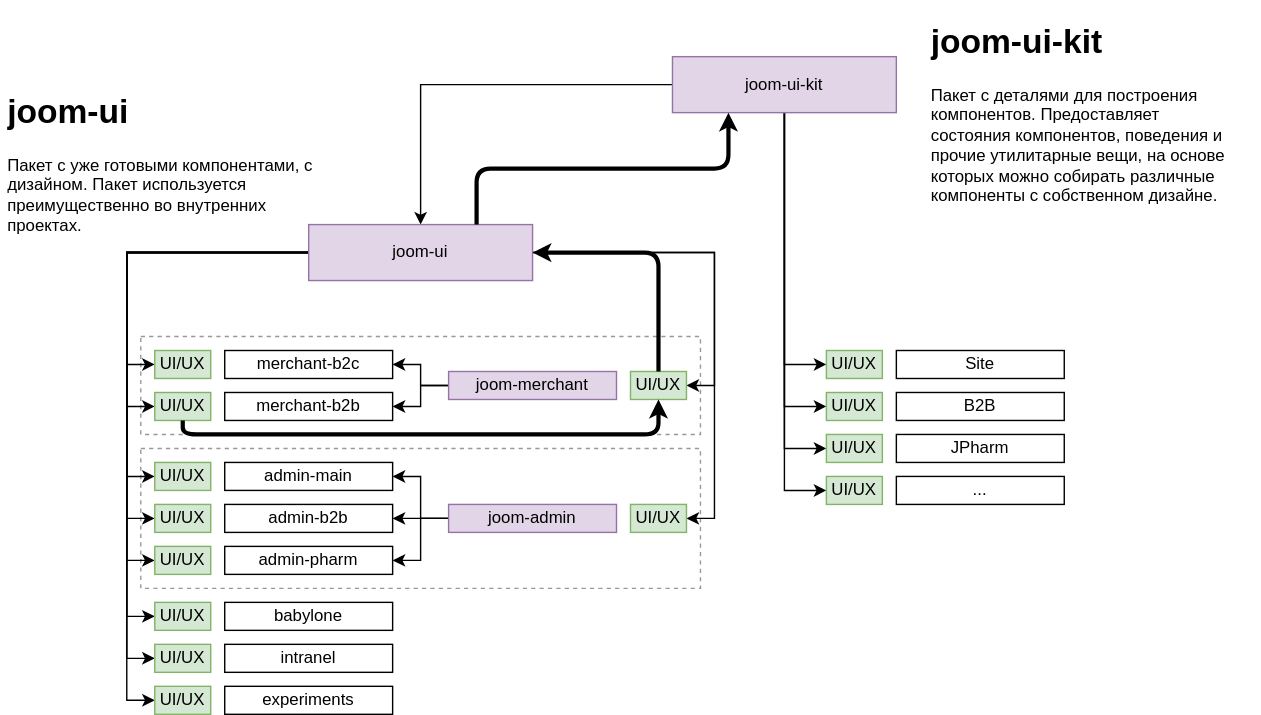
Before: design-system-2.svg, a diagram exported from draw.io (ajile/draw-io). Source tidied: cells renumbered, new cells last; positions are measured from the earlier drawing's top-left corner, leaving out a move shared by most shapes. Source of this version:
```xml
<mxGraphModel>
  <root>
    <mxCell id="0" />
    <mxCell id="1" parent="0" />
    <mxCell id="2" style="rounded=0;whiteSpace=wrap;html=1;dashed=1;strokeColor=#999999;" parent="1" vertex="1">
      <mxGeometry x="100" y="310" width="400" height="100" as="geometry" />
    </mxCell>
    <mxCell id="3" style="rounded=0;whiteSpace=wrap;html=1;dashed=1;strokeColor=#999999;" parent="1" vertex="1">
      <mxGeometry x="100" y="230" width="400" height="70" as="geometry" />
    </mxCell>
    <mxCell id="4" style="edgeStyle=orthogonalEdgeStyle;rounded=0;jettySize=auto;html=1;entryX=0.5;entryY=0;entryDx=0;entryDy=0;" parent="1" edge="1" source="9" target="20">
      <mxGeometry relative="1" as="geometry" />
    </mxCell>
    <mxCell id="5" style="edgeStyle=orthogonalEdgeStyle;rounded=0;jettySize=auto;html=1;entryX=0;entryY=0.5;entryDx=0;entryDy=0;exitX=0.5;exitY=1;exitDx=0;exitDy=0;" parent="1" edge="1" source="9" target="47">
      <mxGeometry relative="1" as="geometry" />
    </mxCell>
    <mxCell id="6" style="edgeStyle=orthogonalEdgeStyle;rounded=0;jettySize=auto;html=1;entryX=0;entryY=0.5;entryDx=0;entryDy=0;" parent="1" edge="1" source="9" target="49">
      <mxGeometry relative="1" as="geometry" />
    </mxCell>
    <mxCell id="7" style="edgeStyle=orthogonalEdgeStyle;rounded=0;jettySize=auto;html=1;entryX=0;entryY=0.5;entryDx=0;entryDy=0;" parent="1" edge="1" source="9" target="51">
      <mxGeometry relative="1" as="geometry" />
    </mxCell>
    <mxCell id="8" style="edgeStyle=orthogonalEdgeStyle;rounded=0;jettySize=auto;html=1;entryX=0;entryY=0.5;entryDx=0;entryDy=0;" parent="1" edge="1" source="9" target="55">
      <mxGeometry relative="1" as="geometry" />
    </mxCell>
    <mxCell id="9" value="joom-ui-kit" style="rounded=0;whiteSpace=wrap;html=1;fillColor=#e1d5e7;strokeColor=#9673a6;" parent="1" vertex="1">
      <mxGeometry x="480" y="30" width="160" height="40" as="geometry" />
    </mxCell>
    <mxCell id="10" style="edgeStyle=orthogonalEdgeStyle;rounded=0;jettySize=auto;html=1;entryX=0;entryY=0.5;entryDx=0;entryDy=0;exitX=0;exitY=0.5;exitDx=0;exitDy=0;" parent="1" edge="1" source="20" target="22">
      <mxGeometry relative="1" as="geometry" />
    </mxCell>
    <mxCell id="11" style="edgeStyle=orthogonalEdgeStyle;rounded=0;jettySize=auto;html=1;entryX=0;entryY=0.5;entryDx=0;entryDy=0;exitX=0;exitY=0.5;exitDx=0;exitDy=0;" parent="1" edge="1" source="20" target="28">
      <mxGeometry relative="1" as="geometry" />
    </mxCell>
    <mxCell id="12" style="edgeStyle=orthogonalEdgeStyle;rounded=0;jettySize=auto;html=1;entryX=0;entryY=0.5;entryDx=0;entryDy=0;exitX=0;exitY=0.5;exitDx=0;exitDy=0;" parent="1" edge="1" source="20" target="30">
      <mxGeometry relative="1" as="geometry" />
    </mxCell>
    <mxCell id="13" style="edgeStyle=orthogonalEdgeStyle;rounded=0;jettySize=auto;html=1;entryX=0;entryY=0.5;entryDx=0;entryDy=0;exitX=0;exitY=0.5;exitDx=0;exitDy=0;" parent="1" edge="1" source="20" target="37">
      <mxGeometry relative="1" as="geometry" />
    </mxCell>
    <mxCell id="14" style="edgeStyle=orthogonalEdgeStyle;rounded=0;jettySize=auto;html=1;entryX=0;entryY=0.5;entryDx=0;entryDy=0;" parent="1" edge="1" source="20" target="39">
      <mxGeometry relative="1" as="geometry" />
    </mxCell>
    <mxCell id="15" style="edgeStyle=orthogonalEdgeStyle;rounded=0;jettySize=auto;html=1;entryX=0;entryY=0.5;entryDx=0;entryDy=0;" parent="1" edge="1" source="20" target="41">
      <mxGeometry relative="1" as="geometry" />
    </mxCell>
    <mxCell id="16" style="edgeStyle=orthogonalEdgeStyle;rounded=0;jettySize=auto;html=1;entryX=0;entryY=0.5;entryDx=0;entryDy=0;" parent="1" edge="1" source="20" target="43">
      <mxGeometry relative="1" as="geometry" />
    </mxCell>
    <mxCell id="17" style="edgeStyle=orthogonalEdgeStyle;rounded=0;jettySize=auto;html=1;entryX=0;entryY=0.5;entryDx=0;entryDy=0;" parent="1" edge="1" source="20" target="45">
      <mxGeometry relative="1" as="geometry" />
    </mxCell>
    <mxCell id="18" style="edgeStyle=orthogonalEdgeStyle;rounded=0;jettySize=auto;html=1;entryX=1;entryY=0.5;entryDx=0;entryDy=0;" parent="1" edge="1" source="20" target="26">
      <mxGeometry relative="1" as="geometry" />
    </mxCell>
    <mxCell id="19" style="edgeStyle=orthogonalEdgeStyle;rounded=0;jettySize=auto;html=1;entryX=1;entryY=0.5;entryDx=0;entryDy=0;" parent="1" edge="1" source="20" target="35">
      <mxGeometry relative="1" as="geometry" />
    </mxCell>
    <mxCell id="20" value="joom-ui" style="rounded=0;whiteSpace=wrap;html=1;fillColor=#e1d5e7;strokeColor=#9673a6;" parent="1" vertex="1">
      <mxGeometry x="220" y="150" width="160" height="40" as="geometry" />
    </mxCell>
    <mxCell id="21" value="merchant-b2c" style="rounded=0;whiteSpace=wrap;html=1;" parent="1" vertex="1">
      <mxGeometry x="160" y="240" width="120" height="20" as="geometry" />
    </mxCell>
    <mxCell id="22" value="UI/UX" style="rounded=0;whiteSpace=wrap;html=1;fillColor=#d5e8d4;strokeColor=#82b366;" parent="1" vertex="1">
      <mxGeometry x="110" y="240" width="40" height="20" as="geometry" />
    </mxCell>
    <mxCell id="23" style="edgeStyle=orthogonalEdgeStyle;rounded=0;jettySize=auto;html=1;" parent="1" edge="1" source="25" target="21">
      <mxGeometry relative="1" as="geometry" />
    </mxCell>
    <mxCell id="24" style="edgeStyle=orthogonalEdgeStyle;rounded=0;jettySize=auto;html=1;" parent="1" edge="1" source="25" target="27">
      <mxGeometry relative="1" as="geometry" />
    </mxCell>
    <mxCell id="25" value="joom-merchant" style="rounded=0;whiteSpace=wrap;html=1;fillColor=#e1d5e7;strokeColor=#9673a6;" parent="1" vertex="1">
      <mxGeometry x="320" y="255" width="120" height="20" as="geometry" />
    </mxCell>
    <mxCell id="26" value="UI/UX" style="rounded=0;whiteSpace=wrap;html=1;fillColor=#d5e8d4;strokeColor=#82b366;" parent="1" vertex="1">
      <mxGeometry x="450" y="255" width="40" height="20" as="geometry" />
    </mxCell>
    <mxCell id="27" value="merchant-b2b" style="rounded=0;whiteSpace=wrap;html=1;" parent="1" vertex="1">
      <mxGeometry x="160" y="270" width="120" height="20" as="geometry" />
    </mxCell>
    <mxCell id="28" value="UI/UX" style="rounded=0;whiteSpace=wrap;html=1;fillColor=#d5e8d4;strokeColor=#82b366;" parent="1" vertex="1">
      <mxGeometry x="110" y="270" width="40" height="20" as="geometry" />
    </mxCell>
    <mxCell id="29" value="admin-main" style="rounded=0;whiteSpace=wrap;html=1;" parent="1" vertex="1">
      <mxGeometry x="160" y="320" width="120" height="20" as="geometry" />
    </mxCell>
    <mxCell id="30" value="UI/UX" style="rounded=0;whiteSpace=wrap;html=1;fillColor=#d5e8d4;strokeColor=#82b366;" parent="1" vertex="1">
      <mxGeometry x="110" y="320" width="40" height="20" as="geometry" />
    </mxCell>
    <mxCell id="31" style="edgeStyle=orthogonalEdgeStyle;rounded=0;jettySize=auto;html=1;entryX=1;entryY=0.5;entryDx=0;entryDy=0;" parent="1" edge="1" source="34" target="29">
      <mxGeometry relative="1" as="geometry" />
    </mxCell>
    <mxCell id="32" style="edgeStyle=orthogonalEdgeStyle;rounded=0;jettySize=auto;html=1;entryX=1;entryY=0.5;entryDx=0;entryDy=0;" parent="1" edge="1" source="34" target="36">
      <mxGeometry relative="1" as="geometry" />
    </mxCell>
    <mxCell id="33" style="edgeStyle=orthogonalEdgeStyle;rounded=0;jettySize=auto;html=1;entryX=1;entryY=0.5;entryDx=0;entryDy=0;" parent="1" edge="1" source="34" target="38">
      <mxGeometry relative="1" as="geometry" />
    </mxCell>
    <mxCell id="34" value="joom-admin" style="rounded=0;whiteSpace=wrap;html=1;fillColor=#e1d5e7;strokeColor=#9673a6;" parent="1" vertex="1">
      <mxGeometry x="320" y="350" width="120" height="20" as="geometry" />
    </mxCell>
    <mxCell id="35" value="UI/UX" style="rounded=0;whiteSpace=wrap;html=1;fillColor=#d5e8d4;strokeColor=#82b366;" parent="1" vertex="1">
      <mxGeometry x="450" y="350" width="40" height="20" as="geometry" />
    </mxCell>
    <mxCell id="36" value="admin-b2b" style="rounded=0;whiteSpace=wrap;html=1;" parent="1" vertex="1">
      <mxGeometry x="160" y="350" width="120" height="20" as="geometry" />
    </mxCell>
    <mxCell id="37" value="UI/UX" style="rounded=0;whiteSpace=wrap;html=1;fillColor=#d5e8d4;strokeColor=#82b366;" parent="1" vertex="1">
      <mxGeometry x="110" y="350" width="40" height="20" as="geometry" />
    </mxCell>
    <mxCell id="38" value="admin-pharm" style="rounded=0;whiteSpace=wrap;html=1;" parent="1" vertex="1">
      <mxGeometry x="160" y="380" width="120" height="20" as="geometry" />
    </mxCell>
    <mxCell id="39" value="UI/UX" style="rounded=0;whiteSpace=wrap;html=1;fillColor=#d5e8d4;strokeColor=#82b366;" parent="1" vertex="1">
      <mxGeometry x="110" y="380" width="40" height="20" as="geometry" />
    </mxCell>
    <mxCell id="40" value="babylone" style="rounded=0;whiteSpace=wrap;html=1;" parent="1" vertex="1">
      <mxGeometry x="160" y="420" width="120" height="20" as="geometry" />
    </mxCell>
    <mxCell id="41" value="UI/UX" style="rounded=0;whiteSpace=wrap;html=1;fillColor=#d5e8d4;strokeColor=#82b366;" parent="1" vertex="1">
      <mxGeometry x="110" y="420" width="40" height="20" as="geometry" />
    </mxCell>
    <mxCell id="42" value="intranel" style="rounded=0;whiteSpace=wrap;html=1;" parent="1" vertex="1">
      <mxGeometry x="160" y="450" width="120" height="20" as="geometry" />
    </mxCell>
    <mxCell id="43" value="UI/UX" style="rounded=0;whiteSpace=wrap;html=1;fillColor=#d5e8d4;strokeColor=#82b366;" parent="1" vertex="1">
      <mxGeometry x="110" y="450" width="40" height="20" as="geometry" />
    </mxCell>
    <mxCell id="44" value="experiments" style="rounded=0;whiteSpace=wrap;html=1;" parent="1" vertex="1">
      <mxGeometry x="160" y="480" width="120" height="20" as="geometry" />
    </mxCell>
    <mxCell id="45" value="UI/UX" style="rounded=0;whiteSpace=wrap;html=1;fillColor=#d5e8d4;strokeColor=#82b366;" parent="1" vertex="1">
      <mxGeometry x="110" y="480" width="40" height="20" as="geometry" />
    </mxCell>
    <mxCell id="46" value="Site" style="rounded=0;whiteSpace=wrap;html=1;" parent="1" vertex="1">
      <mxGeometry x="640" y="240" width="120" height="20" as="geometry" />
    </mxCell>
    <mxCell id="47" value="UI/UX" style="rounded=0;whiteSpace=wrap;html=1;fillColor=#d5e8d4;strokeColor=#82b366;" parent="1" vertex="1">
      <mxGeometry x="590" y="240" width="40" height="20" as="geometry" />
    </mxCell>
    <mxCell id="48" value="B2B" style="rounded=0;whiteSpace=wrap;html=1;" parent="1" vertex="1">
      <mxGeometry x="640" y="270" width="120" height="20" as="geometry" />
    </mxCell>
    <mxCell id="49" value="UI/UX" style="rounded=0;whiteSpace=wrap;html=1;fillColor=#d5e8d4;strokeColor=#82b366;" parent="1" vertex="1">
      <mxGeometry x="590" y="270" width="40" height="20" as="geometry" />
    </mxCell>
    <mxCell id="50" value="JPharm" style="rounded=0;whiteSpace=wrap;html=1;" parent="1" vertex="1">
      <mxGeometry x="640" y="300" width="120" height="20" as="geometry" />
    </mxCell>
    <mxCell id="51" value="UI/UX" style="rounded=0;whiteSpace=wrap;html=1;fillColor=#d5e8d4;strokeColor=#82b366;" parent="1" vertex="1">
      <mxGeometry x="590" y="300" width="40" height="20" as="geometry" />
    </mxCell>
    <mxCell id="52" value="&lt;h1&gt;joom-ui-kit&lt;/h1&gt;&lt;p&gt;Пакет с деталями для построения компонентов. Предоставляет состояния&amp;nbsp;компонентов, поведения и прочие утилитарные вещи, на основе которых можно собирать различные компоненты с собственном дизайне.&lt;/p&gt;" style="text;html=1;strokeColor=none;fillColor=none;spacing=5;spacingTop=-20;whiteSpace=wrap;overflow=hidden;rounded=0;dashed=1;" parent="1" vertex="1">
      <mxGeometry x="660" width="240" height="140" as="geometry" />
    </mxCell>
    <mxCell id="53" value="&lt;h1&gt;joom-ui&lt;/h1&gt;&lt;p&gt;Пакет с уже готовыми компонентами, с дизайном. Пакет используется преимущественно во внутренних проектах.&lt;/p&gt;" style="text;html=1;strokeColor=none;fillColor=none;spacing=5;spacingTop=-20;whiteSpace=wrap;overflow=hidden;rounded=0;dashed=1;" parent="1" vertex="1">
      <mxGeometry y="50" width="240" height="120" as="geometry" />
    </mxCell>
    <mxCell id="54" value="..." style="rounded=0;whiteSpace=wrap;html=1;" parent="1" vertex="1">
      <mxGeometry x="640" y="330" width="120" height="20" as="geometry" />
    </mxCell>
    <mxCell id="55" value="UI/UX" style="rounded=0;whiteSpace=wrap;html=1;fillColor=#d5e8d4;strokeColor=#82b366;" parent="1" vertex="1">
      <mxGeometry x="590" y="330" width="40" height="20" as="geometry" />
    </mxCell>
    <mxCell id="56" value="Untitled Layer" parent="0" />
    <mxCell id="57" style="endArrow=classic;html=1;edgeStyle=orthogonalEdgeStyle;entryX=0.5;entryY=1;entryDx=0;entryDy=0;strokeWidth=3;endSize=4;startSize=2;" parent="56" edge="1" source="28" target="26">
      <mxGeometry relative="1" as="geometry">
        <Array as="points">
          <mxPoint x="130" y="300" />
          <mxPoint x="470" y="300" />
        </Array>
      </mxGeometry>
    </mxCell>
    <mxCell id="58" style="endArrow=classic;html=1;edgeStyle=orthogonalEdgeStyle;entryX=1;entryY=0.5;entryDx=0;entryDy=0;strokeWidth=3;endSize=4;startSize=2;exitX=0.5;exitY=0;exitDx=0;exitDy=0;" parent="56" edge="1" source="26" target="20">
      <mxGeometry relative="1" as="geometry" />
    </mxCell>
    <mxCell id="59" style="endArrow=classic;html=1;edgeStyle=orthogonalEdgeStyle;strokeWidth=3;endSize=4;startSize=2;exitX=0.75;exitY=0;exitDx=0;exitDy=0;entryX=0.25;entryY=1;entryDx=0;entryDy=0;" parent="56" edge="1" source="20" target="9">
      <mxGeometry relative="1" as="geometry" />
    </mxCell>
  </root>
</mxGraphModel>
```
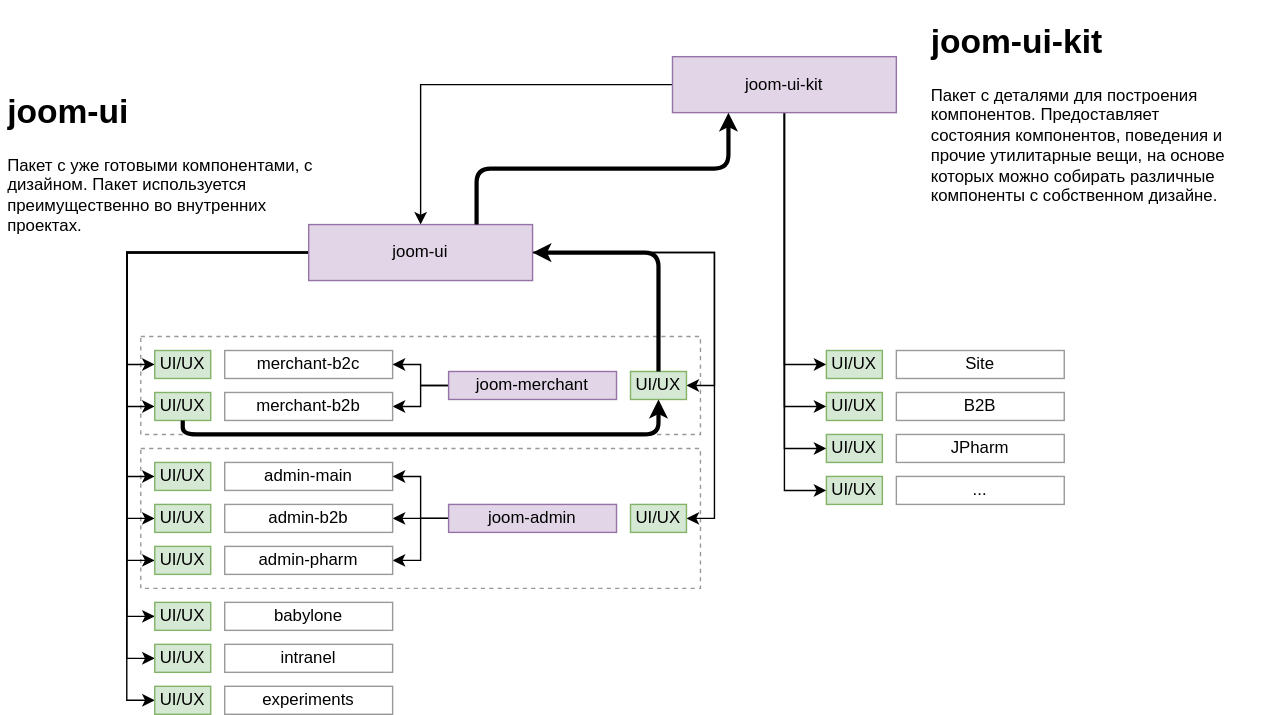
The same diagram one commit later.

Diff of the diagram source:
```diff
@@ -59,7 +59,7 @@
     <mxCell id="20" value="joom-ui" style="rounded=0;whiteSpace=wrap;html=1;fillColor=#e1d5e7;strokeColor=#9673a6;" parent="1" vertex="1">
       <mxGeometry x="220" y="150" width="160" height="40" as="geometry" />
     </mxCell>
-    <mxCell id="21" value="merchant-b2c" style="rounded=0;whiteSpace=wrap;html=1;" parent="1" vertex="1">
+    <mxCell id="21" value="merchant-b2c" style="rounded=0;whiteSpace=wrap;html=1;strokeColor=#999999;" parent="1" vertex="1">
       <mxGeometry x="160" y="240" width="120" height="20" as="geometry" />
     </mxCell>
     <mxCell id="22" value="UI/UX" style="rounded=0;whiteSpace=wrap;html=1;fillColor=#d5e8d4;strokeColor=#82b366;" parent="1" vertex="1">
@@ -77,13 +77,13 @@
     <mxCell id="26" value="UI/UX" style="rounded=0;whiteSpace=wrap;html=1;fillColor=#d5e8d4;strokeColor=#82b366;" parent="1" vertex="1">
       <mxGeometry x="450" y="255" width="40" height="20" as="geometry" />
     </mxCell>
-    <mxCell id="27" value="merchant-b2b" style="rounded=0;whiteSpace=wrap;html=1;" parent="1" vertex="1">
+    <mxCell id="27" value="merchant-b2b" style="rounded=0;whiteSpace=wrap;html=1;strokeColor=#999999;" parent="1" vertex="1">
       <mxGeometry x="160" y="270" width="120" height="20" as="geometry" />
     </mxCell>
     <mxCell id="28" value="UI/UX" style="rounded=0;whiteSpace=wrap;html=1;fillColor=#d5e8d4;strokeColor=#82b366;" parent="1" vertex="1">
       <mxGeometry x="110" y="270" width="40" height="20" as="geometry" />
     </mxCell>
-    <mxCell id="29" value="admin-main" style="rounded=0;whiteSpace=wrap;html=1;" parent="1" vertex="1">
+    <mxCell id="29" value="admin-main" style="rounded=0;whiteSpace=wrap;html=1;strokeColor=#999999;" parent="1" vertex="1">
       <mxGeometry x="160" y="320" width="120" height="20" as="geometry" />
     </mxCell>
     <mxCell id="30" value="UI/UX" style="rounded=0;whiteSpace=wrap;html=1;fillColor=#d5e8d4;strokeColor=#82b366;" parent="1" vertex="1">
@@ -104,49 +104,49 @@
     <mxCell id="35" value="UI/UX" style="rounded=0;whiteSpace=wrap;html=1;fillColor=#d5e8d4;strokeColor=#82b366;" parent="1" vertex="1">
       <mxGeometry x="450" y="350" width="40" height="20" as="geometry" />
     </mxCell>
-    <mxCell id="36" value="admin-b2b" style="rounded=0;whiteSpace=wrap;html=1;" parent="1" vertex="1">
+    <mxCell id="36" value="admin-b2b" style="rounded=0;whiteSpace=wrap;html=1;strokeColor=#999999;" parent="1" vertex="1">
       <mxGeometry x="160" y="350" width="120" height="20" as="geometry" />
     </mxCell>
     <mxCell id="37" value="UI/UX" style="rounded=0;whiteSpace=wrap;html=1;fillColor=#d5e8d4;strokeColor=#82b366;" parent="1" vertex="1">
       <mxGeometry x="110" y="350" width="40" height="20" as="geometry" />
     </mxCell>
-    <mxCell id="38" value="admin-pharm" style="rounded=0;whiteSpace=wrap;html=1;" parent="1" vertex="1">
+    <mxCell id="38" value="admin-pharm" style="rounded=0;whiteSpace=wrap;html=1;strokeColor=#999999;" parent="1" vertex="1">
       <mxGeometry x="160" y="380" width="120" height="20" as="geometry" />
     </mxCell>
     <mxCell id="39" value="UI/UX" style="rounded=0;whiteSpace=wrap;html=1;fillColor=#d5e8d4;strokeColor=#82b366;" parent="1" vertex="1">
       <mxGeometry x="110" y="380" width="40" height="20" as="geometry" />
     </mxCell>
-    <mxCell id="40" value="babylone" style="rounded=0;whiteSpace=wrap;html=1;" parent="1" vertex="1">
+    <mxCell id="40" value="babylone" style="rounded=0;whiteSpace=wrap;html=1;strokeColor=#999999;" parent="1" vertex="1">
       <mxGeometry x="160" y="420" width="120" height="20" as="geometry" />
     </mxCell>
     <mxCell id="41" value="UI/UX" style="rounded=0;whiteSpace=wrap;html=1;fillColor=#d5e8d4;strokeColor=#82b366;" parent="1" vertex="1">
       <mxGeometry x="110" y="420" width="40" height="20" as="geometry" />
     </mxCell>
-    <mxCell id="42" value="intranel" style="rounded=0;whiteSpace=wrap;html=1;" parent="1" vertex="1">
+    <mxCell id="42" value="intranel" style="rounded=0;whiteSpace=wrap;html=1;strokeColor=#999999;" parent="1" vertex="1">
       <mxGeometry x="160" y="450" width="120" height="20" as="geometry" />
     </mxCell>
     <mxCell id="43" value="UI/UX" style="rounded=0;whiteSpace=wrap;html=1;fillColor=#d5e8d4;strokeColor=#82b366;" parent="1" vertex="1">
       <mxGeometry x="110" y="450" width="40" height="20" as="geometry" />
     </mxCell>
-    <mxCell id="44" value="experiments" style="rounded=0;whiteSpace=wrap;html=1;" parent="1" vertex="1">
+    <mxCell id="44" value="experiments" style="rounded=0;whiteSpace=wrap;html=1;strokeColor=#999999;" parent="1" vertex="1">
       <mxGeometry x="160" y="480" width="120" height="20" as="geometry" />
     </mxCell>
     <mxCell id="45" value="UI/UX" style="rounded=0;whiteSpace=wrap;html=1;fillColor=#d5e8d4;strokeColor=#82b366;" parent="1" vertex="1">
       <mxGeometry x="110" y="480" width="40" height="20" as="geometry" />
     </mxCell>
-    <mxCell id="46" value="Site" style="rounded=0;whiteSpace=wrap;html=1;" parent="1" vertex="1">
+    <mxCell id="46" value="Site" style="rounded=0;whiteSpace=wrap;html=1;strokeColor=#999999;" parent="1" vertex="1">
       <mxGeometry x="640" y="240" width="120" height="20" as="geometry" />
     </mxCell>
     <mxCell id="47" value="UI/UX" style="rounded=0;whiteSpace=wrap;html=1;fillColor=#d5e8d4;strokeColor=#82b366;" parent="1" vertex="1">
       <mxGeometry x="590" y="240" width="40" height="20" as="geometry" />
     </mxCell>
-    <mxCell id="48" value="B2B" style="rounded=0;whiteSpace=wrap;html=1;" parent="1" vertex="1">
+    <mxCell id="48" value="B2B" style="rounded=0;whiteSpace=wrap;html=1;strokeColor=#999999;" parent="1" vertex="1">
       <mxGeometry x="640" y="270" width="120" height="20" as="geometry" />
     </mxCell>
     <mxCell id="49" value="UI/UX" style="rounded=0;whiteSpace=wrap;html=1;fillColor=#d5e8d4;strokeColor=#82b366;" parent="1" vertex="1">
       <mxGeometry x="590" y="270" width="40" height="20" as="geometry" />
     </mxCell>
-    <mxCell id="50" value="JPharm" style="rounded=0;whiteSpace=wrap;html=1;" parent="1" vertex="1">
+    <mxCell id="50" value="JPharm" style="rounded=0;whiteSpace=wrap;html=1;strokeColor=#999999;" parent="1" vertex="1">
       <mxGeometry x="640" y="300" width="120" height="20" as="geometry" />
     </mxCell>
     <mxCell id="51" value="UI/UX" style="rounded=0;whiteSpace=wrap;html=1;fillColor=#d5e8d4;strokeColor=#82b366;" parent="1" vertex="1">
@@ -158,7 +158,7 @@
     <mxCell id="53" value="&lt;h1&gt;joom-ui&lt;/h1&gt;&lt;p&gt;Пакет с уже готовыми компонентами, с дизайном. Пакет используется преимущественно во внутренних проектах.&lt;/p&gt;" style="text;html=1;strokeColor=none;fillColor=none;spacing=5;spacingTop=-20;whiteSpace=wrap;overflow=hidden;rounded=0;dashed=1;" parent="1" vertex="1">
       <mxGeometry y="50" width="240" height="120" as="geometry" />
     </mxCell>
-    <mxCell id="54" value="..." style="rounded=0;whiteSpace=wrap;html=1;" parent="1" vertex="1">
+    <mxCell id="54" value="..." style="rounded=0;whiteSpace=wrap;html=1;strokeColor=#999999;" parent="1" vertex="1">
       <mxGeometry x="640" y="330" width="120" height="20" as="geometry" />
     </mxCell>
     <mxCell id="55" value="UI/UX" style="rounded=0;whiteSpace=wrap;html=1;fillColor=#d5e8d4;strokeColor=#82b366;" parent="1" vertex="1">
```
